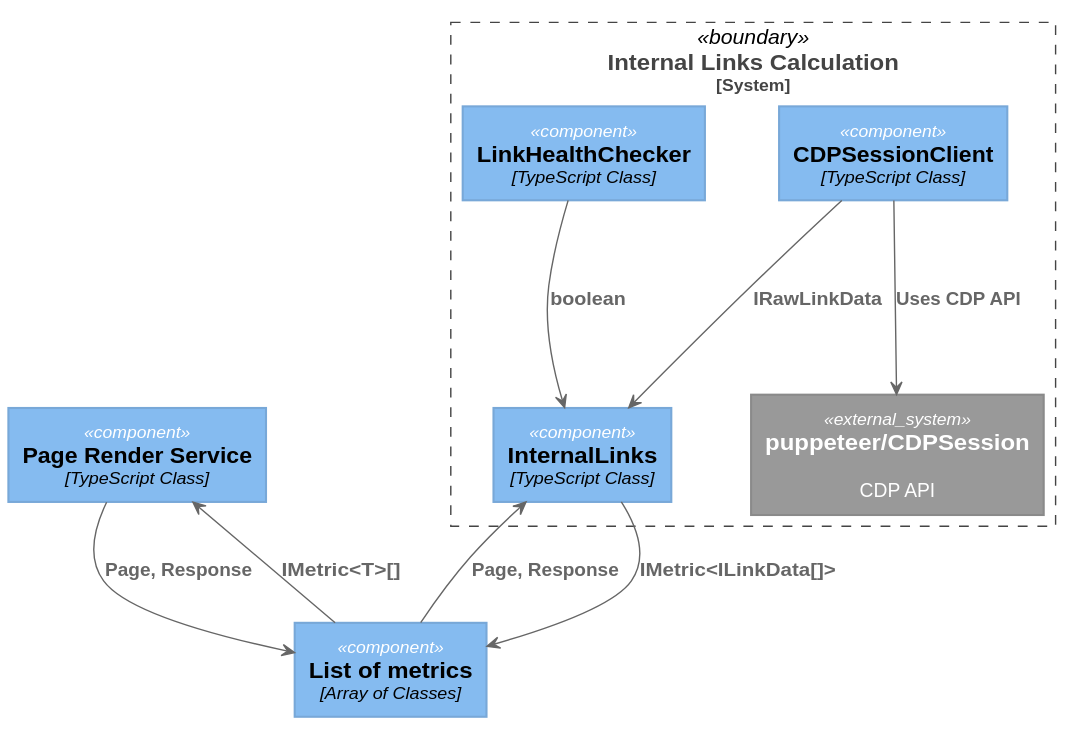
This is designs/out/designs/metrics/internal-links.svg from ali-habibzadeh/top10-seo-list-for-developers, a PlantUML export, as it was before one commit.
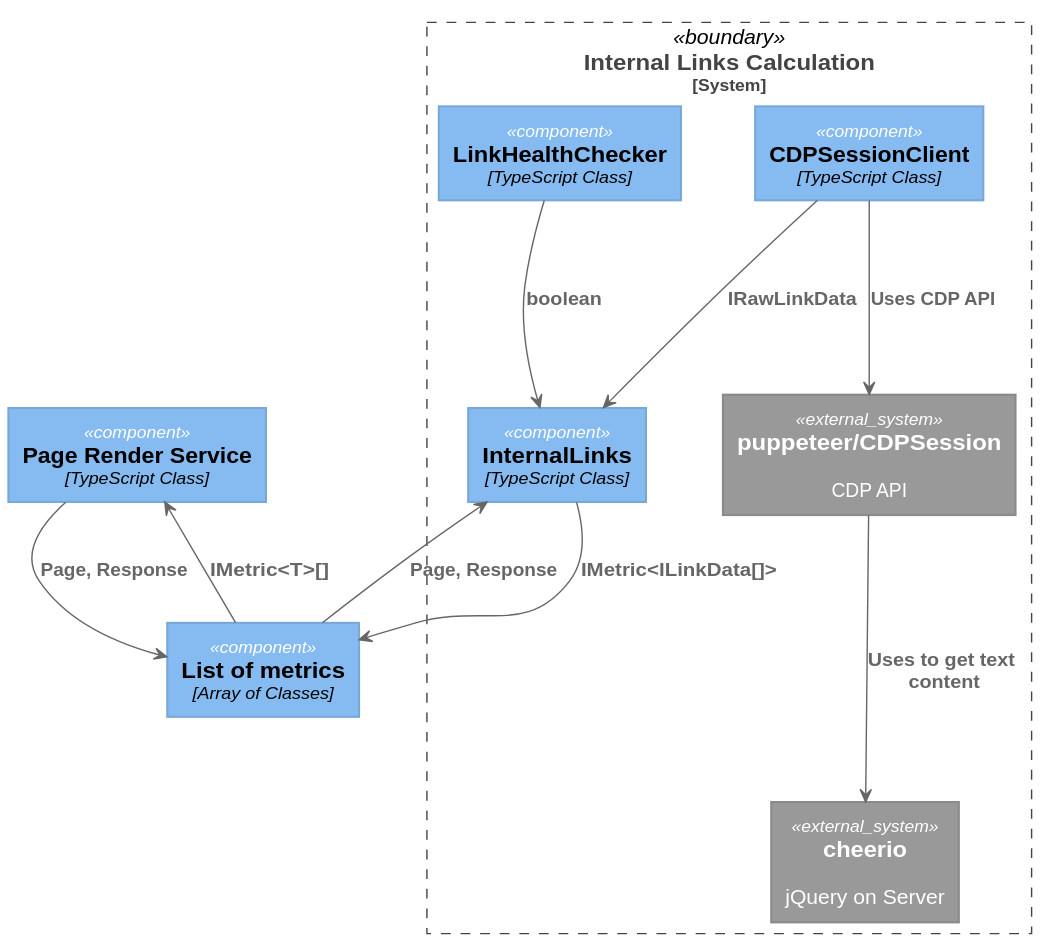
The same file after the commit.

Change to the diagram source:
```diff
@@ -454,6 +454,7 @@
     rectangle "==LinkHealthChecker\n//<size:12>[TypeScript Class]</size>//" <<component>> as LinkHealthChecker
 
     rectangle "==puppeteer/CDPSession\n\n CDP API" <<external_system>> as puppeteer
+    rectangle "==cheerio\n\n jQuery on Server" <<external_system>> as cheerio
 
     metricsList --> PageRenderService : "===IMetric<T>[]"
     PageRenderService --> metricsList : "===Page, Response"
@@ -461,6 +462,7 @@
     metricsList --> InternalLinks : "===Page, Response"
     CDPSessionClient --> InternalLinks : "===IRawLinkData"
     CDPSessionClient --> puppeteer : "===Uses CDP API"
+    puppeteer --> cheerio : "===Uses to get text content"
     LinkHealthChecker --> InternalLinks : "===boolean"
 }
 
```
